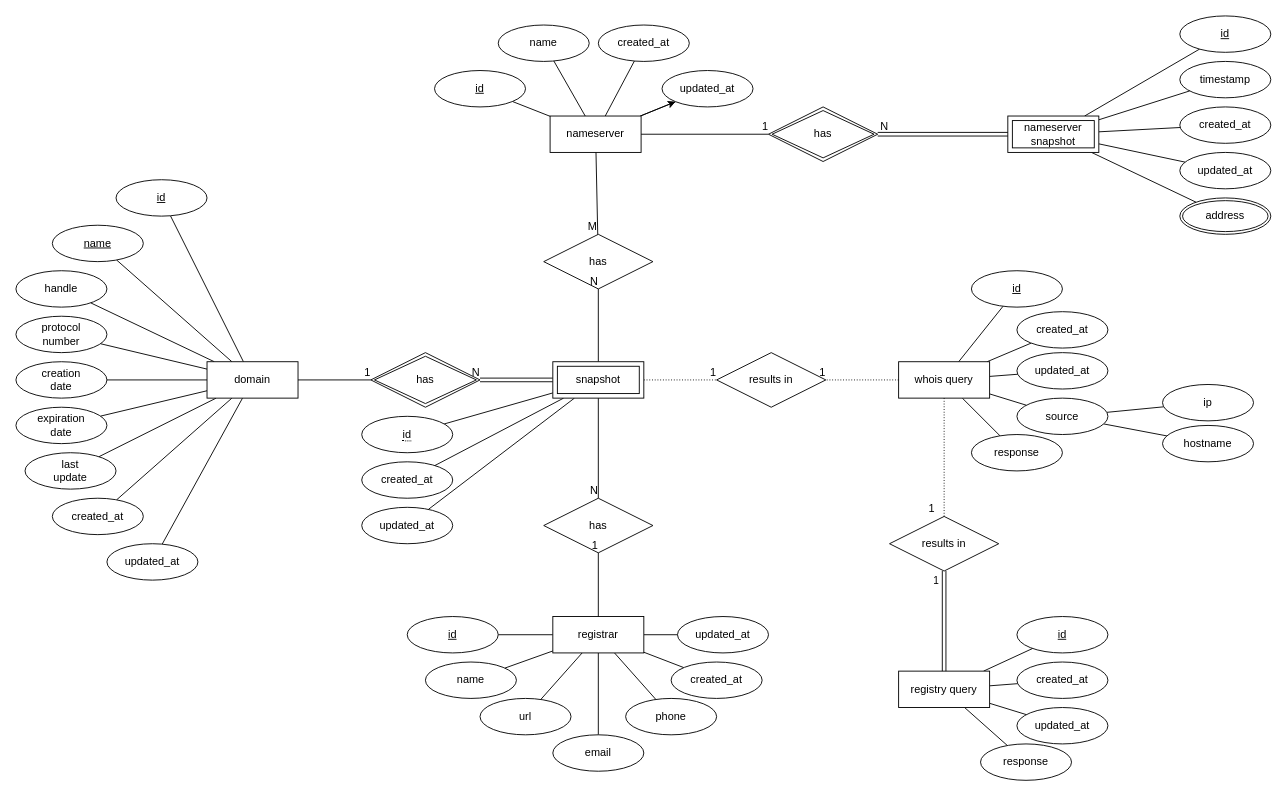
Above: model.drawio in aik8/whois-api (draw.io), before the change. Source tidied: cells renumbered, new cells numbered last; positions are measured from the earlier drawing's top-left corner, leaving out a move shared by most shapes. Both pictures are drawn from the tidied source at 91%, with x=0, y=0 at pixel (15, 15).
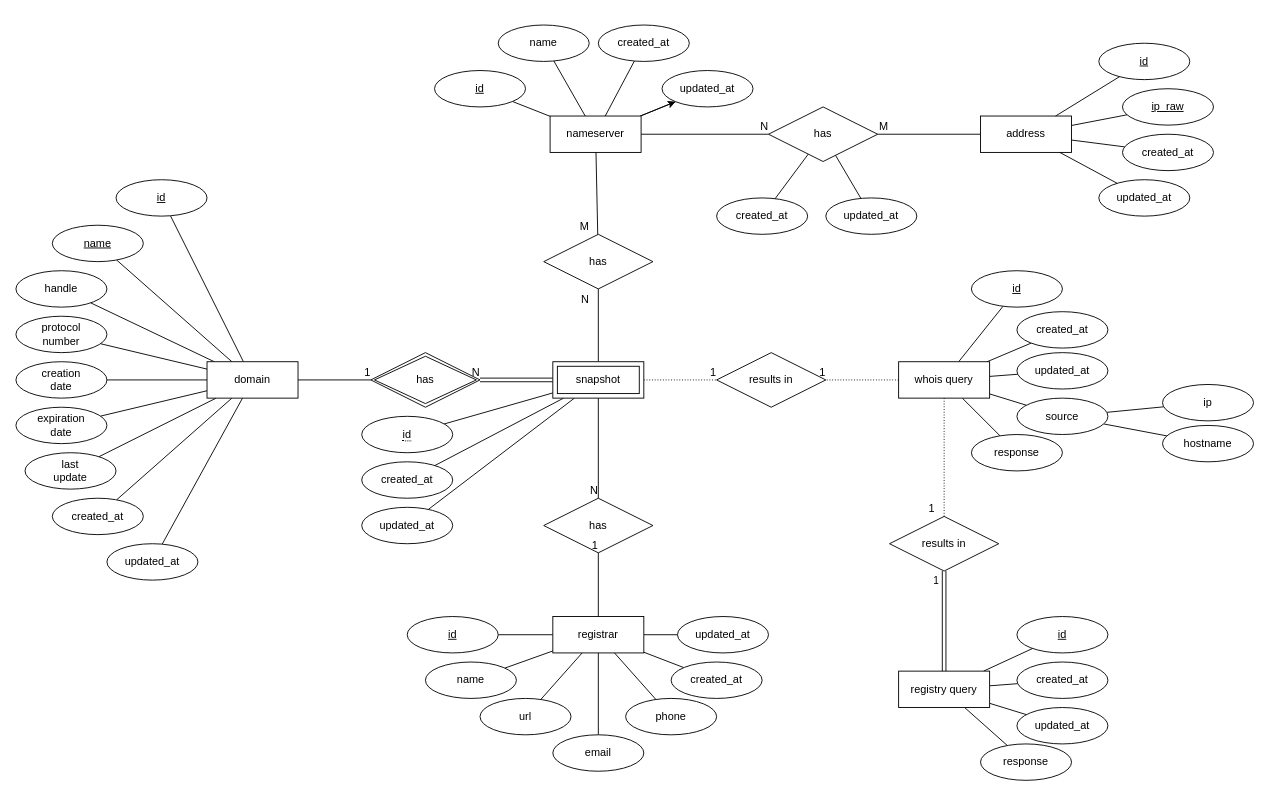
The same page after the edit.

Unchanged cells that the change refers to:
```xml
<mxCell id="25" value="nameserver" style="whiteSpace=wrap;html=1;align=center;" parent="1" vertex="1">
  <mxGeometry x="587" y="110" width="100" height="40" as="geometry" />
</mxCell>
<mxCell id="56" style="endArrow=none;html=1;rounded=0;" parent="1" edge="1" target="47">
  <mxGeometry relative="1" as="geometry">
    <mxPoint x="640" y="380" as="sourcePoint" />
  </mxGeometry>
</mxCell>
<mxCell id="58" style="endArrow=none;html=1;rounded=0;" parent="1" edge="1" source="25" target="47">
  <mxGeometry relative="1" as="geometry" />
</mxCell>
```

What changed in the source:
```diff
@@
     <mxCell id="57" value="N" style="html=1;align=right;verticalAlign=bottom;" parent="56" vertex="1">
-      <mxGeometry x="1" relative="1" as="geometry" />
+      <mxGeometry x="1" relative="1" as="geometry">
+        <mxPoint x="-10" y="20" as="offset" />
+      </mxGeometry>
     </mxCell>
@@
     <mxCell id="59" value="M" style="html=1;align=right;verticalAlign=bottom;" parent="58" vertex="1">
-      <mxGeometry x="1" relative="1" as="geometry" />
+      <mxGeometry x="1" relative="1" as="geometry">
+        <mxPoint x="-9" as="offset" />
+      </mxGeometry>
     </mxCell>
@@
-    <mxCell id="94" style="edgeStyle=none;html=1;endArrow=none;endFill=0;" parent="1" edge="1" source="113" target="109">
-      <mxGeometry relative="1" as="geometry" />
-    </mxCell>
-    <mxCell id="95" style="edgeStyle=none;html=1;endArrow=none;endFill=0;" parent="1" edge="1" source="113" target="108">
-      <mxGeometry relative="1" as="geometry" />
-    </mxCell>
-    <mxCell id="96" style="edgeStyle=none;html=1;endArrow=none;endFill=0;" parent="1" edge="1" source="113" target="110">
-      <mxGeometry relative="1" as="geometry" />
-    </mxCell>
-    <mxCell id="97" style="edgeStyle=none;html=1;endArrow=none;endFill=0;" parent="1" edge="1" source="113" target="107">
-      <mxGeometry relative="1" as="geometry" />
-    </mxCell>
-    <mxCell id="98" value="timestamp" style="ellipse;whiteSpace=wrap;html=1;align=center;" parent="1" vertex="1">
-      <mxGeometry x="1279" y="50" width="100" height="40" as="geometry" />
-    </mxCell>
@@
+    <mxCell id="112" value="has" style="shape=rhombus;perimeter=rhombusPerimeter;whiteSpace=wrap;html=1;align=center;" parent="1" vertex="1">
+      <mxGeometry x="827" y="100" width="120" height="60" as="geometry" />
+    </mxCell>
+    <mxCell id="118" style="endArrow=none;html=1;rounded=0;" parent="1" edge="1" source="25" target="112">
+      <mxGeometry relative="1" as="geometry" />
+    </mxCell>
+    <mxCell id="117" value="N" style="html=1;align=right;verticalAlign=bottom;" parent="118" vertex="1">
+      <mxGeometry x="1" relative="1" as="geometry" />
+    </mxCell>
+    <mxCell id="119" value="created_at" style="ellipse;whiteSpace=wrap;html=1;align=center;" parent="1" vertex="1">
+      <mxGeometry x="770" y="200" width="100" height="40" as="geometry" />
+    </mxCell>
+    <mxCell id="120" value="updated_at" style="ellipse;whiteSpace=wrap;html=1;align=center;" parent="1" vertex="1">
+      <mxGeometry x="890" y="200" width="100" height="40" as="geometry" />
+    </mxCell>
+    <mxCell id="121" style="endArrow=none;html=1;rounded=0;" parent="1" edge="1" source="112" target="119">
+      <mxGeometry relative="1" as="geometry" />
+    </mxCell>
+    <mxCell id="122" style="endArrow=none;html=1;rounded=0;" parent="1" edge="1" source="112" target="120">
+      <mxGeometry relative="1" as="geometry" />
+    </mxCell>
-    <mxCell id="107" value="address" style="ellipse;shape=doubleEllipse;margin=3;whiteSpace=wrap;html=1;align=center;" parent="1" vertex="1">
-      <mxGeometry x="1279" y="200" width="100" height="40" as="geometry" />
+    <mxCell id="107" value="address" style="whiteSpace=wrap;html=1;align=center;" parent="1" vertex="1">
+      <mxGeometry x="1060" y="110" width="100" height="40" as="geometry" />
     </mxCell>
-    <mxCell id="108" value="created_at" style="ellipse;whiteSpace=wrap;html=1;align=center;" parent="1" vertex="1">
-      <mxGeometry x="1279" y="100" width="100" height="40" as="geometry" />
-    </mxCell>
+    <mxCell id="123" style="endArrow=none;html=1;rounded=0;" parent="1" edge="1" source="112" target="107">
+      <mxGeometry relative="1" as="geometry" />
+    </mxCell>
+    <mxCell id="124" value="M" style="html=1;align=left;verticalAlign=bottom;" parent="123" vertex="1">
+      <mxGeometry x="-1" relative="1" as="geometry" />
+    </mxCell>
+    <mxCell id="125" value="created_at" style="ellipse;whiteSpace=wrap;html=1;align=center;" parent="1" vertex="1">
+      <mxGeometry x="1216" y="130" width="100" height="40" as="geometry" />
+    </mxCell>
     <mxCell id="109" value="id" style="ellipse;whiteSpace=wrap;html=1;align=center;fontStyle=4;" parent="1" vertex="1">
-      <mxGeometry x="1279" width="100" height="40" as="geometry" />
+      <mxGeometry x="1190" y="30" width="100" height="40" as="geometry" />
     </mxCell>
-    <mxCell id="110" value="updated_at" style="ellipse;whiteSpace=wrap;html=1;align=center;" parent="1" vertex="1">
-      <mxGeometry x="1279" y="150" width="100" height="40" as="geometry" />
-    </mxCell>
-    <mxCell id="111" value="has" style="shape=rhombus;double=1;perimeter=rhombusPerimeter;whiteSpace=wrap;html=1;align=center;" parent="1" vertex="1">
-      <mxGeometry x="827" y="100" width="120" height="60" as="geometry" />
-    </mxCell>
-    <mxCell id="112" style="edgeStyle=none;html=1;endArrow=none;endFill=0;" parent="1" edge="1" source="113" target="98">
-      <mxGeometry relative="1" as="geometry" />
-    </mxCell>
-    <mxCell id="113" value="nameserver snapshot" style="shape=ext;margin=3;double=1;whiteSpace=wrap;html=1;align=center;" parent="1" vertex="1">
-      <mxGeometry x="1090" y="110" width="100" height="40" as="geometry" />
-    </mxCell>
-    <mxCell id="114" style="endArrow=none;html=1;rounded=0;" parent="1" edge="1" source="25" target="111">
-      <mxGeometry relative="1" as="geometry" />
-    </mxCell>
-    <mxCell id="115" value="1" style="html=1;align=right;verticalAlign=bottom;" parent="114" vertex="1">
-      <mxGeometry x="1" relative="1" as="geometry" />
-    </mxCell>
-    <mxCell id="116" style="shape=link;html=1;rounded=0;endArrow=none;endFill=0;" parent="1" edge="1" source="111" target="113">
-      <mxGeometry relative="1" as="geometry" />
-    </mxCell>
-    <mxCell id="117" value="N" style="html=1;align=right;verticalAlign=bottom;" parent="116" vertex="1">
-      <mxGeometry x="1" relative="1" as="geometry">
-        <mxPoint x="-131" as="offset" />
-      </mxGeometry>
-    </mxCell>
+    <mxCell id="126" value="updated_at" style="ellipse;whiteSpace=wrap;html=1;align=center;" parent="1" vertex="1">
+      <mxGeometry x="1190" y="180" width="100" height="40" as="geometry" />
+    </mxCell>
+    <mxCell id="127" value="ip_raw" style="ellipse;whiteSpace=wrap;html=1;align=center;fontStyle=4;" parent="1" vertex="1">
+      <mxGeometry x="1216" y="80" width="100" height="40" as="geometry" />
+    </mxCell>
+    <mxCell id="128" style="endArrow=none;html=1;rounded=0;" parent="1" edge="1" source="107" target="109">
+      <mxGeometry relative="1" as="geometry" />
+    </mxCell>
+    <mxCell id="129" style="endArrow=none;html=1;rounded=0;" parent="1" edge="1" source="107" target="127">
+      <mxGeometry relative="1" as="geometry" />
+    </mxCell>
+    <mxCell id="130" style="endArrow=none;html=1;rounded=0;" parent="1" edge="1" source="107" target="125">
+      <mxGeometry relative="1" as="geometry" />
+    </mxCell>
+    <mxCell id="131" style="endArrow=none;html=1;rounded=0;" parent="1" edge="1" source="107" target="126">
+      <mxGeometry relative="1" as="geometry" />
+    </mxCell>
```
